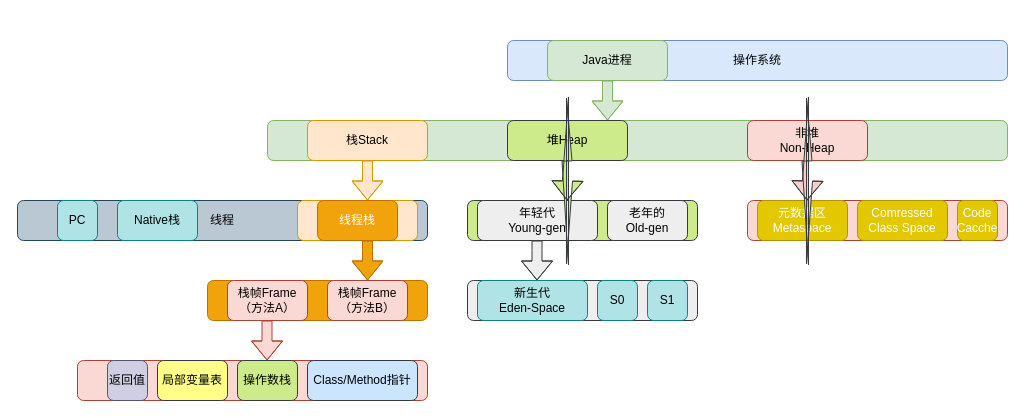
This is develop-stack/language/java/jvm/component/jvm_memory_model.drawio from sciatta/draw, a draw.io file, before an edit. Source tidied: cells renumbered, new cells numbered last; positions are measured from the earlier drawing's top-left corner, leaving out a move shared by most shapes. Both pictures are drawn from the tidied source at 100%, with x=0, y=0 at pixel (17, 40).
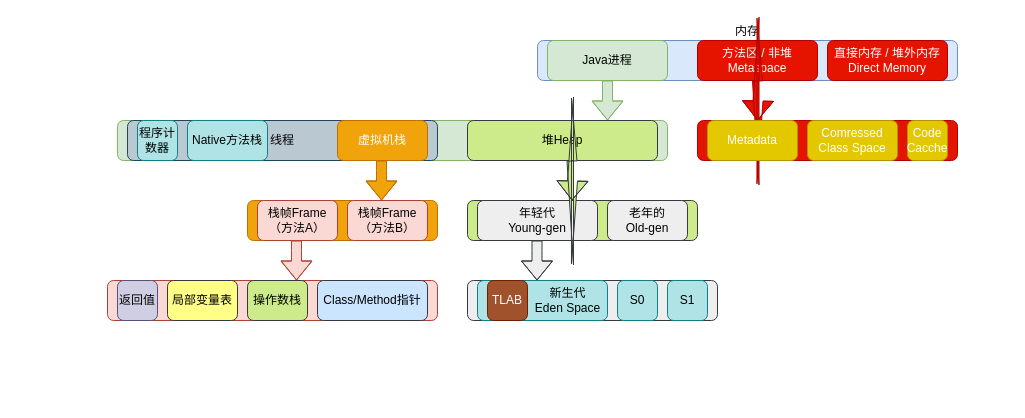
The same page after the edit.

Commit message:
调整jvm内存模型

What changed in the source:
```diff
@@
+    <mxCell id="6" style="rounded=1;whiteSpace=wrap;html=1;labelPosition=center;verticalLabelPosition=top;align=center;verticalAlign=bottom;fillColor=#d5e8d4;strokeColor=#82b366;" parent="1" vertex="1">
+      <mxGeometry x="100" y="80" width="550" height="40" as="geometry" />
+    </mxCell>
-    <mxCell id="2" value="线程" style="rounded=1;whiteSpace=wrap;html=1;fillColor=#bac8d3;strokeColor=#23445d;" parent="1" vertex="1">
-      <mxGeometry y="160" width="410" height="40" as="geometry" />
+    <mxCell id="2" value="线程" style="rounded=1;whiteSpace=wrap;html=1;fillColor=#BAC8D2;strokeColor=#23445d;" parent="1" vertex="1">
+      <mxGeometry x="110" y="80" width="310" height="40" as="geometry" />
     </mxCell>
-    <mxCell id="3" value="操作系统" style="rounded=1;whiteSpace=wrap;html=1;labelPosition=center;verticalLabelPosition=middle;align=center;verticalAlign=middle;fillColor=#dae8fc;strokeColor=#6c8ebf;" parent="1" vertex="1">
-      <mxGeometry x="490" width="500" height="40" as="geometry" />
+    <mxCell id="3" value="内存" style="rounded=1;whiteSpace=wrap;html=1;labelPosition=center;verticalLabelPosition=top;align=center;verticalAlign=bottom;fillColor=#dae8fc;strokeColor=#6c8ebf;" parent="1" vertex="1">
+      <mxGeometry x="520" width="420" height="40" as="geometry" />
     </mxCell>
@@
-    <mxCell id="6" style="rounded=1;whiteSpace=wrap;html=1;labelPosition=center;verticalLabelPosition=top;align=center;verticalAlign=bottom;fillColor=#d5e8d4;strokeColor=#82b366;" parent="1" vertex="1">
-      <mxGeometry x="250" y="80" width="740" height="40" as="geometry" />
-    </mxCell>
-    <mxCell id="7" style="edgeStyle=orthogonalEdgeStyle;shape=flexArrow;rounded=0;jettySize=auto;html=1;fillColor=#ffe6cc;strokeColor=#d79b00;" parent="1" edge="1" source="8">
-      <mxGeometry relative="1" as="geometry">
-        <mxPoint x="350" y="160" as="targetPoint" />
-      </mxGeometry>
-    </mxCell>
-    <mxCell id="8" value="栈Stack" style="rounded=1;whiteSpace=wrap;html=1;fillColor=#ffe6cc;strokeColor=#d79b00;" parent="1" vertex="1">
-      <mxGeometry x="290" y="80" width="120" height="40" as="geometry" />
-    </mxCell>
-    <mxCell id="9" style="rounded=1;whiteSpace=wrap;html=1;fillColor=#ffe6cc;strokeColor=#d79b00;labelPosition=center;verticalLabelPosition=middle;align=center;verticalAlign=middle;" parent="1" vertex="1">
-      <mxGeometry x="280" y="160" width="120" height="40" as="geometry" />
-    </mxCell>
-    <mxCell id="10" style="edgeStyle=orthogonalEdgeStyle;shape=flexArrow;rounded=0;jettySize=auto;html=1;fillColor=#f0a30a;strokeColor=#BD7000;entryX=0.5;entryY=0;entryDx=0;entryDy=0;" parent="1" edge="1" source="9" target="14">
+    <mxCell id="10" style="edgeStyle=orthogonalEdgeStyle;shape=flexArrow;rounded=0;orthogonalLoop=1;jettySize=auto;html=1;fillColor=#f0a30a;strokeColor=#BD7000;entryX=0.5;entryY=0;entryDx=0;entryDy=0;" parent="1" edge="1">
       <mxGeometry relative="1" as="geometry">
+        <mxPoint x="364" y="120" as="sourcePoint" />
+        <mxPoint x="364" y="160" as="targetPoint" />
         <Array as="points">
-          <mxPoint x="350" y="210" />
-          <mxPoint x="350" y="210" />
+          <mxPoint x="364" y="130" />
+          <mxPoint x="364" y="130" />
         </Array>
       </mxGeometry>
     </mxCell>
-    <mxCell id="11" value="线程栈" style="rounded=1;whiteSpace=wrap;html=1;fillColor=#f0a30a;strokeColor=#BD7000;fontColor=#ffffff;" parent="1" vertex="1">
-      <mxGeometry x="300" y="160" width="80" height="40" as="geometry" />
+    <mxCell id="11" value="虚拟机栈" style="rounded=1;whiteSpace=wrap;html=1;fillColor=#f0a30a;strokeColor=#BD7000;fontColor=#ffffff;" parent="1" vertex="1">
+      <mxGeometry x="320" y="80" width="90" height="40" as="geometry" />
     </mxCell>
     <mxCell id="12" style="rounded=1;whiteSpace=wrap;html=1;fillColor=#f0a30a;strokeColor=#BD7000;fontColor=#ffffff;" parent="1" vertex="1">
-      <mxGeometry x="190" y="240" width="220" height="40" as="geometry" />
+      <mxGeometry x="230" y="160" width="190" height="40" as="geometry" />
     </mxCell>
     <mxCell id="13" value="栈帧Frame&lt;br&gt;（方法A）" style="rounded=1;whiteSpace=wrap;html=1;fillColor=#fad9d5;strokeColor=#ae4132;" parent="1" vertex="1">
-      <mxGeometry x="210" y="240" width="80" height="40" as="geometry" />
+      <mxGeometry x="240" y="160" width="80" height="40" as="geometry" />
     </mxCell>
     <mxCell id="14" value="栈帧Frame&lt;br&gt;（方法B）" style="rounded=1;whiteSpace=wrap;html=1;fillColor=#fad9d5;strokeColor=#ae4132;" parent="1" vertex="1">
-      <mxGeometry x="310" y="240" width="80" height="40" as="geometry" />
+      <mxGeometry x="330" y="160" width="80" height="40" as="geometry" />
     </mxCell>
-    <mxCell id="15" value="Native栈" style="rounded=1;whiteSpace=wrap;html=1;fillColor=#b0e3e6;strokeColor=#0e8088;" parent="1" vertex="1">
-      <mxGeometry x="100" y="160" width="80" height="40" as="geometry" />
+    <mxCell id="15" value="Native方法栈" style="rounded=1;whiteSpace=wrap;html=1;fillColor=#b0e3e6;strokeColor=#0e8088;" parent="1" vertex="1">
+      <mxGeometry x="170" y="80" width="80" height="40" as="geometry" />
     </mxCell>
-    <mxCell id="16" value="PC" style="rounded=1;whiteSpace=wrap;html=1;fillColor=#b0e3e6;strokeColor=#0e8088;" parent="1" vertex="1">
-      <mxGeometry x="40" y="160" width="40" height="40" as="geometry" />
+    <mxCell id="16" value="程序计数器" style="rounded=1;whiteSpace=wrap;html=1;fillColor=#b0e3e6;strokeColor=#0e8088;" parent="1" vertex="1">
+      <mxGeometry x="120" y="80" width="40" height="40" as="geometry" />
     </mxCell>
     <mxCell id="17" style="rounded=1;whiteSpace=wrap;html=1;fillColor=#fad9d5;strokeColor=#ae4132;" parent="1" vertex="1">
-      <mxGeometry x="60" y="320" width="350" height="40" as="geometry" />
+      <mxGeometry x="90" y="240" width="330" height="40" as="geometry" />
     </mxCell>
     <mxCell id="18" style="edgeStyle=orthogonalEdgeStyle;shape=flexArrow;rounded=0;orthogonalLoop=1;jettySize=auto;html=1;fillColor=#fad9d5;strokeColor=#ae4132;entryX=0.5;entryY=0;entryDx=0;entryDy=0;" parent="1" edge="1">
       <mxGeometry relative="1" as="geometry">
-        <mxPoint x="249.5" y="280" as="sourcePoint" />
-        <mxPoint x="249.5" y="320" as="targetPoint" />
+        <mxPoint x="279" y="200" as="sourcePoint" />
+        <mxPoint x="279" y="240" as="targetPoint" />
         <Array as="points">
-          <mxPoint x="249.5" y="290" />
-          <mxPoint x="249.5" y="290" />
+          <mxPoint x="279" y="210" />
+          <mxPoint x="279" y="210" />
         </Array>
       </mxGeometry>
     </mxCell>
     <mxCell id="19" value="返回值" style="rounded=1;whiteSpace=wrap;html=1;fillColor=#d0cee2;strokeColor=#56517e;" parent="1" vertex="1">
-      <mxGeometry x="90" y="320" width="40" height="40" as="geometry" />
+      <mxGeometry x="100" y="240" width="40" height="40" as="geometry" />
     </mxCell>
     <mxCell id="20" value="局部变量表" style="rounded=1;whiteSpace=wrap;html=1;fillColor=#ffff88;strokeColor=#36393d;" parent="1" vertex="1">
-      <mxGeometry x="140" y="320" width="70" height="40" as="geometry" />
+      <mxGeometry x="150" y="240" width="70" height="40" as="geometry" />
     </mxCell>
     <mxCell id="21" value="操作数栈" style="rounded=1;whiteSpace=wrap;html=1;fillColor=#cdeb8b;strokeColor=#36393d;" parent="1" vertex="1">
-      <mxGeometry x="220" y="320" width="60" height="40" as="geometry" />
+      <mxGeometry x="230" y="240" width="60" height="40" as="geometry" />
     </mxCell>
     <mxCell id="22" value="Class/Method指针" style="rounded=1;whiteSpace=wrap;html=1;fillColor=#cce5ff;strokeColor=#36393d;" parent="1" vertex="1">
-      <mxGeometry x="290" y="320" width="110" height="40" as="geometry" />
+      <mxGeometry x="300" y="240" width="110" height="40" as="geometry" />
     </mxCell>
     <mxCell id="23" value="堆Heap" style="rounded=1;whiteSpace=wrap;html=1;fillColor=#cdeb8b;strokeColor=#36393d;" parent="1" vertex="1">
-      <mxGeometry x="490" y="80" width="120" height="40" as="geometry" />
+      <mxGeometry x="450" y="80" width="190" height="40" as="geometry" />
     </mxCell>
@@
     <mxCell id="27" style="edgeStyle=orthogonalEdgeStyle;shape=flexArrow;rounded=0;orthogonalLoop=1;jettySize=auto;html=1;fillColor=#cdeb8b;strokeColor=#36393d;" parent="1" edge="1">
       <mxGeometry relative="1" as="geometry">
-        <mxPoint x="549.5" y="120" as="sourcePoint" />
-        <mxPoint x="549.5" y="160" as="targetPoint" />
+        <mxPoint x="554.5" y="120" as="sourcePoint" />
+        <mxPoint x="554.5" y="160" as="targetPoint" />
       </mxGeometry>
     </mxCell>
     <mxCell id="28" style="rounded=1;whiteSpace=wrap;html=1;fillColor=#eeeeee;strokeColor=#36393d;" parent="1" vertex="1">
-      <mxGeometry x="450" y="240" width="230" height="40" as="geometry" />
+      <mxGeometry x="450" y="240" width="250" height="40" as="geometry" />
     </mxCell>
@@
-    <mxCell id="30" value="新生代&lt;br&gt;Eden-Space" style="rounded=1;whiteSpace=wrap;html=1;fillColor=#b0e3e6;strokeColor=#0e8088;" parent="1" vertex="1">
-      <mxGeometry x="460" y="240" width="110" height="40" as="geometry" />
+    <mxCell id="30" style="rounded=1;whiteSpace=wrap;html=1;fillColor=#b0e3e6;strokeColor=#0e8088;labelPosition=center;verticalLabelPosition=middle;align=center;verticalAlign=middle;" parent="1" vertex="1">
+      <mxGeometry x="460" y="240" width="130" height="40" as="geometry" />
     </mxCell>
     <mxCell id="31" value="S0" style="rounded=1;whiteSpace=wrap;html=1;fillColor=#b0e3e6;strokeColor=#0e8088;" parent="1" vertex="1">
-      <mxGeometry x="580" y="240" width="40" height="40" as="geometry" />
+      <mxGeometry x="600" y="240" width="40" height="40" as="geometry" />
     </mxCell>
     <mxCell id="32" value="S1" style="rounded=1;whiteSpace=wrap;html=1;fillColor=#b0e3e6;strokeColor=#0e8088;" parent="1" vertex="1">
-      <mxGeometry x="630" y="240" width="40" height="40" as="geometry" />
+      <mxGeometry x="650" y="240" width="40" height="40" as="geometry" />
     </mxCell>
-    <mxCell id="33" value="非堆&lt;br&gt;Non-Heap" style="rounded=1;whiteSpace=wrap;html=1;fillColor=#fad9d5;strokeColor=#ae4132;" parent="1" vertex="1">
-      <mxGeometry x="730" y="80" width="120" height="40" as="geometry" />
+    <mxCell id="33" value="方法区 / 非堆&lt;br&gt;Metaspace" style="rounded=1;whiteSpace=wrap;html=1;fillColor=#e51400;strokeColor=#B20000;fontColor=#ffffff;" parent="1" vertex="1">
+      <mxGeometry x="680" width="120" height="40" as="geometry" />
     </mxCell>
-    <mxCell id="34" style="rounded=1;whiteSpace=wrap;html=1;fillColor=#fad9d5;strokeColor=#ae4132;" parent="1" vertex="1">
-      <mxGeometry x="730" y="160" width="260" height="40" as="geometry" />
+    <mxCell id="34" style="rounded=1;whiteSpace=wrap;html=1;fillColor=#e51400;strokeColor=#B20000;fontColor=#ffffff;" parent="1" vertex="1">
+      <mxGeometry x="680" y="80" width="260" height="40" as="geometry" />
     </mxCell>
-    <mxCell id="35" value="元数据区&lt;br&gt;Metaspace" style="rounded=1;whiteSpace=wrap;html=1;fillColor=#e3c800;strokeColor=#B09500;fontColor=#ffffff;" parent="1" vertex="1">
-      <mxGeometry x="740" y="160" width="90" height="40" as="geometry" />
-    </mxCell>
     <mxCell id="36" value="Comressed&lt;br&gt;Class Space" style="rounded=1;whiteSpace=wrap;html=1;fillColor=#e3c800;strokeColor=#B09500;fontColor=#ffffff;" parent="1" vertex="1">
-      <mxGeometry x="840" y="160" width="90" height="40" as="geometry" />
+      <mxGeometry x="790" y="80" width="90" height="40" as="geometry" />
     </mxCell>
     <mxCell id="37" value="Code&lt;br&gt;Cacche" style="rounded=1;whiteSpace=wrap;html=1;fillColor=#e3c800;strokeColor=#B09500;fontColor=#ffffff;" parent="1" vertex="1">
-      <mxGeometry x="940" y="160" width="40" height="40" as="geometry" />
+      <mxGeometry x="890" y="80" width="40" height="40" as="geometry" />
     </mxCell>
-    <mxCell id="38" style="edgeStyle=orthogonalEdgeStyle;shape=flexArrow;rounded=0;orthogonalLoop=1;jettySize=auto;html=1;fillColor=#ffcccc;strokeColor=#36393d;" parent="1" edge="1">
+    <mxCell id="38" style="edgeStyle=orthogonalEdgeStyle;shape=flexArrow;rounded=0;orthogonalLoop=1;jettySize=auto;html=1;fillColor=#e51400;strokeColor=#B20000;" parent="1" edge="1">
       <mxGeometry relative="1" as="geometry">
-        <mxPoint x="789.5" y="120" as="sourcePoint" />
-        <mxPoint x="789.5" y="160" as="targetPoint" />
+        <mxPoint x="740" y="40" as="sourcePoint" />
+        <mxPoint x="740" y="80" as="targetPoint" />
       </mxGeometry>
     </mxCell>
+    <mxCell id="39" value="TLAB" style="rounded=1;whiteSpace=wrap;html=1;fillColor=#a0522d;strokeColor=#6D1F00;fontColor=#ffffff;" parent="1" vertex="1">
+      <mxGeometry x="470" y="240" width="40" height="40" as="geometry" />
+    </mxCell>
+    <mxCell id="40" value="直接内存 / 堆外内存&lt;br&gt;Direct Memory" style="rounded=1;whiteSpace=wrap;html=1;fillColor=#e51400;strokeColor=#B20000;fontColor=#ffffff;" parent="1" vertex="1">
+      <mxGeometry x="810" width="120" height="40" as="geometry" />
+    </mxCell>
+    <mxCell id="41" value="新生代&lt;br&gt;Eden Space" style="text;html=1;align=center;verticalAlign=middle;" parent="1" vertex="1">
+      <mxGeometry x="510" y="245" width="80" height="30" as="geometry" />
+    </mxCell>
+    <mxCell id="42" value="Metadata" style="rounded=1;whiteSpace=wrap;html=1;fillColor=#e3c800;strokeColor=#B09500;fontColor=#ffffff;" parent="1" vertex="1">
+      <mxGeometry x="690" y="80" width="90" height="40" as="geometry" />
+    </mxCell>
```
